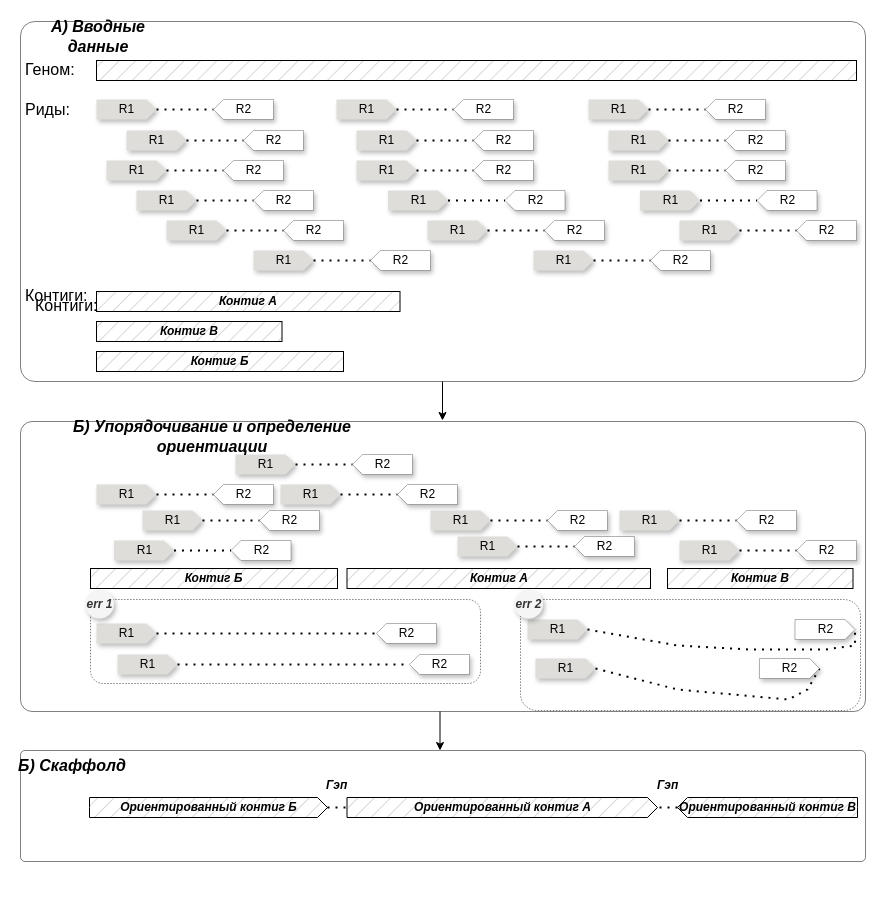
Earlier version of the draw.io diagram scaffolding.drawio (NikolaiL-dev/pictures.drawio). Source tidied: cells renumbered, new cells numbered last; positions are measured from the earlier drawing's top-left corner, leaving out a move shared by most shapes. Both pictures are drawn from the tidied source at 100%, with x=0, y=0 at pixel (17, 21).
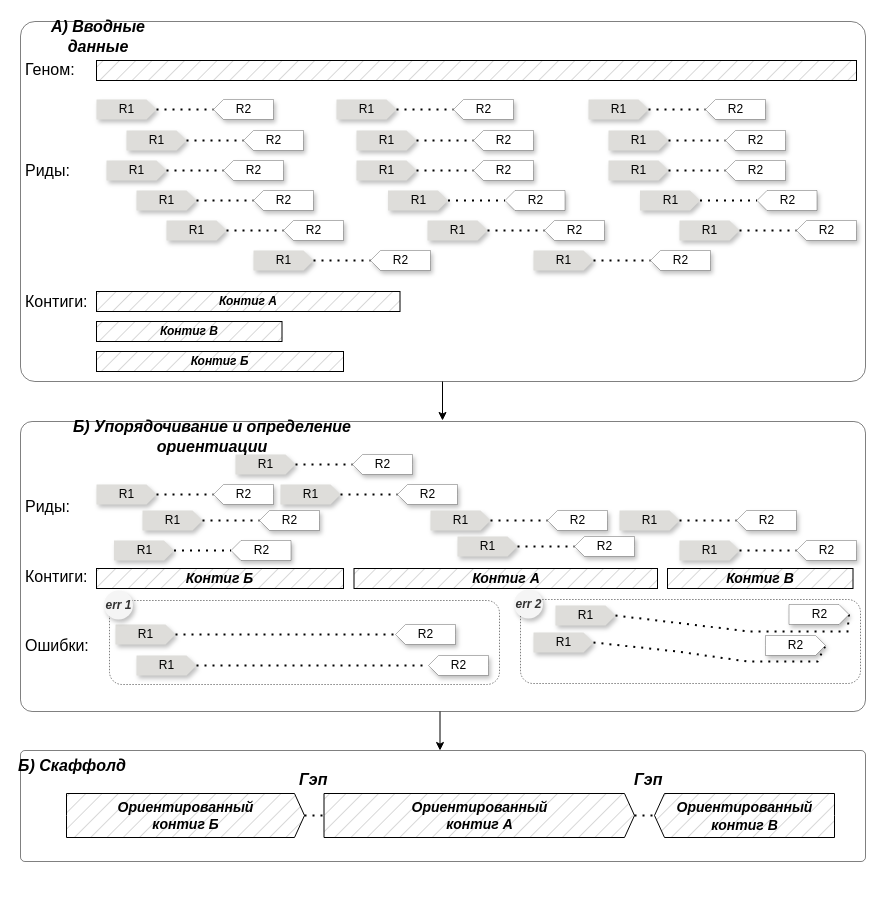
After the change.

Change to the diagram source:
```diff
@@
     <mxCell id="5" style="rounded=1;whiteSpace=wrap;html=1;fillColor=none;strokeWidth=0.5;dashed=1;" parent="1" vertex="1">
-      <mxGeometry x="503" y="578" width="340" height="111" as="geometry" />
+      <mxGeometry x="503" y="578" width="340" height="84" as="geometry" />
     </mxCell>
@@
     <mxCell id="59" value="&lt;font style=&quot;font-size: 16px;&quot;&gt;Риды:&lt;/font&gt;" style="text;html=1;align=left;verticalAlign=middle;whiteSpace=wrap;rounded=0;" parent="1" vertex="1">
-      <mxGeometry x="6" y="73" width="60" height="30" as="geometry" />
+      <mxGeometry x="6" y="134" width="60" height="30" as="geometry" />
     </mxCell>
-    <mxCell id="60" value="&lt;i&gt;&lt;b&gt;Контиг &lt;/b&gt;&lt;/i&gt;&lt;i&gt;&lt;b&gt;Б&lt;/b&gt;&lt;/i&gt;" style="rounded=0;whiteSpace=wrap;html=1;strokeColor=default;gradientColor=none;gradientDirection=north;fillStyle=hatch;fillColor=#CCCCCC;" parent="1" vertex="1">
-      <mxGeometry x="73" y="547" width="247" height="20" as="geometry" />
+    <mxCell id="60" value="&lt;font style=&quot;font-size: 14px;&quot;&gt;&lt;i&gt;&lt;b&gt;Контиг &lt;/b&gt;&lt;/i&gt;&lt;i&gt;&lt;b&gt;Б&lt;/b&gt;&lt;/i&gt;&lt;/font&gt;" style="rounded=0;whiteSpace=wrap;html=1;strokeColor=default;gradientColor=none;gradientDirection=north;fillStyle=hatch;fillColor=#CCCCCC;" parent="1" vertex="1">
+      <mxGeometry x="79" y="547" width="247" height="20" as="geometry" />
     </mxCell>
-    <mxCell id="61" value="&lt;i&gt;&lt;b&gt;Контиг&amp;nbsp;В&lt;/b&gt;&lt;/i&gt;" style="rounded=0;whiteSpace=wrap;html=1;strokeColor=default;gradientColor=none;gradientDirection=north;fillStyle=hatch;fillColor=#CCCCCC;" parent="1" vertex="1">
+    <mxCell id="61" value="&lt;font size=&quot;1&quot;&gt;&lt;i&gt;&lt;b style=&quot;font-size: 14px;&quot;&gt;Контиг&amp;nbsp;В&lt;/b&gt;&lt;/i&gt;&lt;/font&gt;" style="rounded=0;whiteSpace=wrap;html=1;strokeColor=default;gradientColor=none;gradientDirection=north;fillStyle=hatch;fillColor=#CCCCCC;" parent="1" vertex="1">
       <mxGeometry x="650" y="547" width="185.5" height="20" as="geometry" />
     </mxCell>
-    <mxCell id="62" value="&lt;i&gt;&lt;b&gt;Контиг A&lt;/b&gt;&lt;/i&gt;" style="rounded=0;whiteSpace=wrap;html=1;strokeColor=default;gradientColor=none;gradientDirection=north;fillStyle=hatch;fillColor=#CCCCCC;" parent="1" vertex="1">
-      <mxGeometry x="329.5" y="547" width="303.5" height="20" as="geometry" />
+    <mxCell id="62" value="&lt;font size=&quot;1&quot;&gt;&lt;i&gt;&lt;b style=&quot;font-size: 14px;&quot;&gt;Контиг A&lt;/b&gt;&lt;/i&gt;&lt;/font&gt;" style="rounded=0;whiteSpace=wrap;html=1;strokeColor=default;gradientColor=none;gradientDirection=north;fillStyle=hatch;fillColor=#CCCCCC;" parent="1" vertex="1">
+      <mxGeometry x="336.5" y="547" width="303.5" height="20" as="geometry" />
     </mxCell>
@@
     <mxCell id="75" value="R1" style="html=1;shadow=1;dashed=0;align=center;verticalAlign=middle;shape=mxgraph.arrows2.arrow;dy=0;dx=10;notch=0;fillColor=#deddda;strokeColor=none;" parent="1" vertex="1">
-      <mxGeometry x="79" y="602" width="60" height="20" as="geometry" />
+      <mxGeometry x="98" y="603" width="60" height="20" as="geometry" />
     </mxCell>
@@
     <mxCell id="77" value="R2" style="html=1;shadow=1;dashed=0;align=center;verticalAlign=middle;shape=mxgraph.arrows2.arrow;dy=0;dx=10;notch=0;rotation=0;direction=west;strokeColor=default;strokeWidth=0.3;" parent="1" vertex="1">
-      <mxGeometry x="359" y="602" width="60" height="20" as="geometry" />
+      <mxGeometry x="378" y="603" width="60" height="20" as="geometry" />
     </mxCell>
     <mxCell id="78" value="R1" style="html=1;shadow=1;dashed=0;align=center;verticalAlign=middle;shape=mxgraph.arrows2.arrow;dy=0;dx=10;notch=0;fillColor=#deddda;strokeColor=none;" parent="1" vertex="1">
-      <mxGeometry x="510" y="598" width="60" height="20" as="geometry" />
+      <mxGeometry x="538" y="584" width="60" height="20" as="geometry" />
     </mxCell>
     <mxCell id="79" style="endArrow=none;dashed=1;html=1;dashPattern=1 3;strokeWidth=2;rounded=0;exitX=1;exitY=0.5;exitDx=0;exitDy=0;exitPerimeter=0;entryX=1;entryY=0.5;entryDx=0;entryDy=0;entryPerimeter=0;" parent="1" edge="1" source="78" target="80">
       <mxGeometry relative="1" as="geometry">
         <Array as="points">
-          <mxPoint x="660" y="624" />
-          <mxPoint x="732" y="628" />
-          <mxPoint x="808" y="628" />
-          <mxPoint x="837.5" y="624" />
+          <mxPoint x="732" y="610" />
+          <mxPoint x="810" y="610" />
+          <mxPoint x="830" y="610" />
         </Array>
       </mxGeometry>
     </mxCell>
     <mxCell id="80" value="R2" style="html=1;shadow=1;dashed=0;align=center;verticalAlign=middle;shape=mxgraph.arrows2.arrow;dy=0;dx=10;notch=0;rotation=0;direction=east;strokeColor=default;strokeWidth=0.3;" parent="1" vertex="1">
-      <mxGeometry x="777.5" y="598" width="60" height="20" as="geometry" />
+      <mxGeometry x="771.5" y="583" width="60" height="20" as="geometry" />
     </mxCell>
@@
     <mxCell id="84" value="R1" style="html=1;shadow=1;dashed=0;align=center;verticalAlign=middle;shape=mxgraph.arrows2.arrow;dy=0;dx=10;notch=0;fillColor=#deddda;strokeColor=none;" parent="1" vertex="1">
-      <mxGeometry x="518" y="637" width="60" height="20" as="geometry" />
+      <mxGeometry x="516" y="611" width="60" height="20" as="geometry" />
     </mxCell>
     <mxCell id="85" style="endArrow=none;dashed=1;html=1;dashPattern=1 3;strokeWidth=2;rounded=0;exitX=1;exitY=0.5;exitDx=0;exitDy=0;exitPerimeter=0;entryX=1;entryY=0.5;entryDx=0;entryDy=0;entryPerimeter=0;" parent="1" edge="1" source="84" target="86">
       <mxGeometry relative="1" as="geometry">
         <Array as="points">
-          <mxPoint x="660" y="668" />
-          <mxPoint x="771" y="678" />
-          <mxPoint x="790" y="668" />
+          <mxPoint x="660" y="630" />
+          <mxPoint x="730" y="640" />
+          <mxPoint x="800" y="640" />
         </Array>
       </mxGeometry>
     </mxCell>
     <mxCell id="86" value="R2" style="html=1;shadow=1;dashed=0;align=center;verticalAlign=middle;shape=mxgraph.arrows2.arrow;dy=0;dx=10;notch=0;rotation=0;direction=east;strokeColor=default;strokeWidth=0.3;" parent="1" vertex="1">
-      <mxGeometry x="742" y="637" width="60" height="20" as="geometry" />
+      <mxGeometry x="748" y="614" width="60" height="20" as="geometry" />
     </mxCell>
@@
     <mxCell id="93" value="R1" style="html=1;shadow=1;dashed=0;align=center;verticalAlign=middle;shape=mxgraph.arrows2.arrow;dy=0;dx=10;notch=0;fillColor=#deddda;strokeColor=none;" parent="1" vertex="1">
-      <mxGeometry x="100" y="633" width="60" height="20" as="geometry" />
+      <mxGeometry x="119" y="634" width="60" height="20" as="geometry" />
     </mxCell>
@@
     <mxCell id="95" value="R2" style="html=1;shadow=1;dashed=0;align=center;verticalAlign=middle;shape=mxgraph.arrows2.arrow;dy=0;dx=10;notch=0;rotation=0;direction=west;strokeColor=default;strokeWidth=0.3;" parent="1" vertex="1">
-      <mxGeometry x="392" y="633" width="60" height="20" as="geometry" />
+      <mxGeometry x="411" y="634" width="60" height="20" as="geometry" />
     </mxCell>
@@
-    <mxCell id="102" value="&lt;i&gt;&lt;b&gt;Ориентированный контиг &lt;/b&gt;&lt;/i&gt;&lt;i&gt;&lt;b&gt;Б&lt;/b&gt;&lt;/i&gt;" style="html=1;shadow=0;dashed=0;align=center;verticalAlign=middle;shape=mxgraph.arrows2.arrow;dy=0;dx=10;notch=0;fillColor=#CCCCCC;strokeColor=default;fillStyle=hatch;gradientColor=none;" parent="1" vertex="1">
-      <mxGeometry x="72" y="776" width="238" height="20" as="geometry" />
+    <mxCell id="102" value="&lt;font style=&quot;font-size: 14px;&quot;&gt;&lt;i&gt;&lt;b&gt;Ориентированный&lt;br&gt;контиг &lt;/b&gt;&lt;/i&gt;&lt;i&gt;&lt;b&gt;Б&lt;/b&gt;&lt;/i&gt;&lt;/font&gt;" style="html=1;shadow=0;dashed=0;align=center;verticalAlign=middle;shape=mxgraph.arrows2.arrow;dy=0;dx=10;notch=0;fillColor=#CCCCCC;strokeColor=default;fillStyle=hatch;gradientColor=none;" parent="1" vertex="1">
+      <mxGeometry x="49" y="772" width="238" height="44" as="geometry" />
     </mxCell>
@@
     <mxCell id="106" value="&lt;font style=&quot;font-size: 16px;&quot;&gt;Контиги:&lt;/font&gt;" style="text;html=1;align=left;verticalAlign=middle;whiteSpace=wrap;rounded=0;" parent="1" vertex="1">
-      <mxGeometry x="6" y="259" width="70" height="30" as="geometry" />
+      <mxGeometry x="6" y="265" width="70" height="30" as="geometry" />
     </mxCell>
     <mxCell id="107" style="rounded=1;whiteSpace=wrap;html=1;fillColor=none;strokeWidth=0.5;dashed=1;" parent="1" vertex="1">
-      <mxGeometry x="73" y="578" width="390" height="84" as="geometry" />
+      <mxGeometry x="92" y="579" width="390" height="84" as="geometry" />
     </mxCell>
     <mxCell id="108" value="&lt;i&gt;&lt;b&gt;err 1&lt;br&gt;&lt;/b&gt;&lt;/i&gt;" style="ellipse;whiteSpace=wrap;html=1;strokeColor=none;fillColor=#f5f5f5;fontColor=#333333;shadow=1;" parent="1" vertex="1">
-      <mxGeometry x="67.5" y="568" width="29" height="29" as="geometry" />
+      <mxGeometry x="86.5" y="569" width="29" height="29" as="geometry" />
     </mxCell>
@@
-    <mxCell id="110" value="&lt;i&gt;&lt;b&gt;Ориентированный контиг&amp;nbsp;А&lt;/b&gt;&lt;/i&gt;" style="html=1;shadow=0;dashed=0;align=center;verticalAlign=middle;shape=mxgraph.arrows2.arrow;dy=0;dx=10;notch=0;fillColor=#CCCCCC;strokeColor=default;fillStyle=hatch;gradientColor=none;" parent="1" vertex="1">
-      <mxGeometry x="329.5" y="776" width="310.5" height="20" as="geometry" />
+    <mxCell id="110" value="&lt;font size=&quot;1&quot;&gt;&lt;i&gt;&lt;b style=&quot;font-size: 14px;&quot;&gt;Ориентированный&lt;br&gt;контиг&amp;nbsp;А&lt;/b&gt;&lt;/i&gt;&lt;/font&gt;" style="html=1;shadow=0;dashed=0;align=center;verticalAlign=middle;shape=mxgraph.arrows2.arrow;dy=0;dx=10;notch=0;fillColor=#CCCCCC;strokeColor=default;fillStyle=hatch;gradientColor=none;" parent="1" vertex="1">
+      <mxGeometry x="306.5" y="772" width="310.5" height="44" as="geometry" />
     </mxCell>
-    <mxCell id="111" value="&lt;i&gt;&lt;b&gt;Ориентированный контиг&amp;nbsp;В&lt;/b&gt;&lt;/i&gt;" style="html=1;shadow=0;dashed=0;align=center;verticalAlign=middle;shape=mxgraph.arrows2.arrow;dy=0;dx=10;notch=0;fillColor=#CCCCCC;strokeColor=default;fillStyle=hatch;gradientColor=none;direction=west;" parent="1" vertex="1">
-      <mxGeometry x="660" y="776" width="180" height="20" as="geometry" />
+    <mxCell id="111" value="&lt;font style=&quot;font-size: 15px;&quot;&gt;&lt;i style=&quot;font-size: 14px;&quot;&gt;&lt;b&gt;Ориентированный&lt;br&gt;контиг&amp;nbsp;В&lt;/b&gt;&lt;/i&gt;&lt;/font&gt;" style="html=1;shadow=0;dashed=0;align=center;verticalAlign=middle;shape=mxgraph.arrows2.arrow;dy=0;dx=10;notch=0;fillColor=#CCCCCC;strokeColor=default;fillStyle=hatch;gradientColor=none;direction=west;" parent="1" vertex="1">
+      <mxGeometry x="637" y="772" width="180" height="44" as="geometry" />
     </mxCell>
-    <mxCell id="112" style="endArrow=none;dashed=1;html=1;dashPattern=1 3;strokeWidth=2;rounded=0;entryX=0;entryY=0.5;entryDx=0;entryDy=0;entryPerimeter=0;" parent="1" edge="1" target="110">
-      <mxGeometry relative="1" as="geometry">
-        <mxPoint x="310" y="786" as="sourcePoint" />
-      </mxGeometry>
+    <mxCell id="112" style="endArrow=none;dashed=1;html=1;dashPattern=1 3;strokeWidth=2;rounded=0;entryX=0;entryY=0.5;entryDx=0;entryDy=0;entryPerimeter=0;exitX=1;exitY=0.5;exitDx=0;exitDy=0;exitPerimeter=0;" parent="1" edge="1" source="102" target="110">
+      <mxGeometry relative="1" as="geometry" />
     </mxCell>
-    <mxCell id="113" style="endArrow=none;dashed=1;html=1;dashPattern=1 3;strokeWidth=2;rounded=0;entryX=0;entryY=0.5;entryDx=0;entryDy=0;entryPerimeter=0;" parent="1" edge="1">
-      <mxGeometry relative="1" as="geometry">
-        <mxPoint x="642" y="786" as="sourcePoint" />
-        <mxPoint x="662" y="786" as="targetPoint" />
-      </mxGeometry>
+    <mxCell id="113" style="endArrow=none;dashed=1;html=1;dashPattern=1 3;strokeWidth=2;rounded=0;entryX=1;entryY=0.5;entryDx=0;entryDy=0;entryPerimeter=0;exitX=1;exitY=0.5;exitDx=0;exitDy=0;exitPerimeter=0;" parent="1" edge="1" source="110" target="111">
+      <mxGeometry relative="1" as="geometry" />
     </mxCell>
@@
-    <mxCell id="116" value="&lt;font style=&quot;font-size: 16px;&quot;&gt;Контиги:&lt;/font&gt;" style="text;html=1;align=left;verticalAlign=middle;whiteSpace=wrap;rounded=0;" parent="1" vertex="1">
-      <mxGeometry x="16" y="269" width="70" height="30" as="geometry" />
-    </mxCell>
@@
-    <mxCell id="120" value="&lt;i&gt;&lt;b&gt;Гэп&lt;/b&gt;&lt;/i&gt;" style="text;whiteSpace=wrap;html=1;" parent="1" vertex="1">
-      <mxGeometry x="307" y="750" width="30" height="30" as="geometry" />
+    <mxCell id="120" value="&lt;i&gt;&lt;b&gt;&lt;font style=&quot;font-size: 16px;&quot;&gt;Гэп&lt;/font&gt;&lt;/b&gt;&lt;/i&gt;" style="text;whiteSpace=wrap;html=1;" parent="1" vertex="1">
+      <mxGeometry x="279.5" y="742" width="30" height="30" as="geometry" />
     </mxCell>
-    <mxCell id="121" value="&lt;i&gt;&lt;b&gt;Гэп&lt;/b&gt;&lt;/i&gt;" style="text;whiteSpace=wrap;html=1;" parent="1" vertex="1">
-      <mxGeometry x="637.5" y="750" width="30" height="30" as="geometry" />
+    <mxCell id="121" value="&lt;font size=&quot;1&quot;&gt;&lt;i&gt;&lt;b style=&quot;font-size: 16px;&quot;&gt;Гэп&lt;/b&gt;&lt;/i&gt;&lt;/font&gt;" style="text;whiteSpace=wrap;html=1;" parent="1" vertex="1">
+      <mxGeometry x="614.5" y="742" width="30" height="30" as="geometry" />
     </mxCell>
     <mxCell id="122" style="ellipse;whiteSpace=wrap;html=1;fillColor=none;strokeColor=none;" parent="1" vertex="1">
-      <mxGeometry x="818" y="840" width="30" height="30" as="geometry" />
+      <mxGeometry x="795" y="836" width="30" height="30" as="geometry" />
     </mxCell>
+    <mxCell id="123" value="&lt;font style=&quot;font-size: 16px;&quot;&gt;Риды:&lt;/font&gt;" style="text;html=1;align=left;verticalAlign=middle;whiteSpace=wrap;rounded=0;" parent="1" vertex="1">
+      <mxGeometry x="6" y="470" width="60" height="30" as="geometry" />
+    </mxCell>
+    <mxCell id="116" value="&lt;font style=&quot;font-size: 16px;&quot;&gt;Контиги:&lt;/font&gt;" style="text;html=1;align=left;verticalAlign=middle;whiteSpace=wrap;rounded=0;" parent="1" vertex="1">
+      <mxGeometry x="6" y="540" width="60" height="30" as="geometry" />
+    </mxCell>
+    <mxCell id="124" value="&lt;font style=&quot;font-size: 16px;&quot;&gt;Ошибки:&lt;/font&gt;" style="text;html=1;align=left;verticalAlign=middle;whiteSpace=wrap;rounded=0;" parent="1" vertex="1">
+      <mxGeometry x="6" y="609" width="60" height="30" as="geometry" />
+    </mxCell>
```
